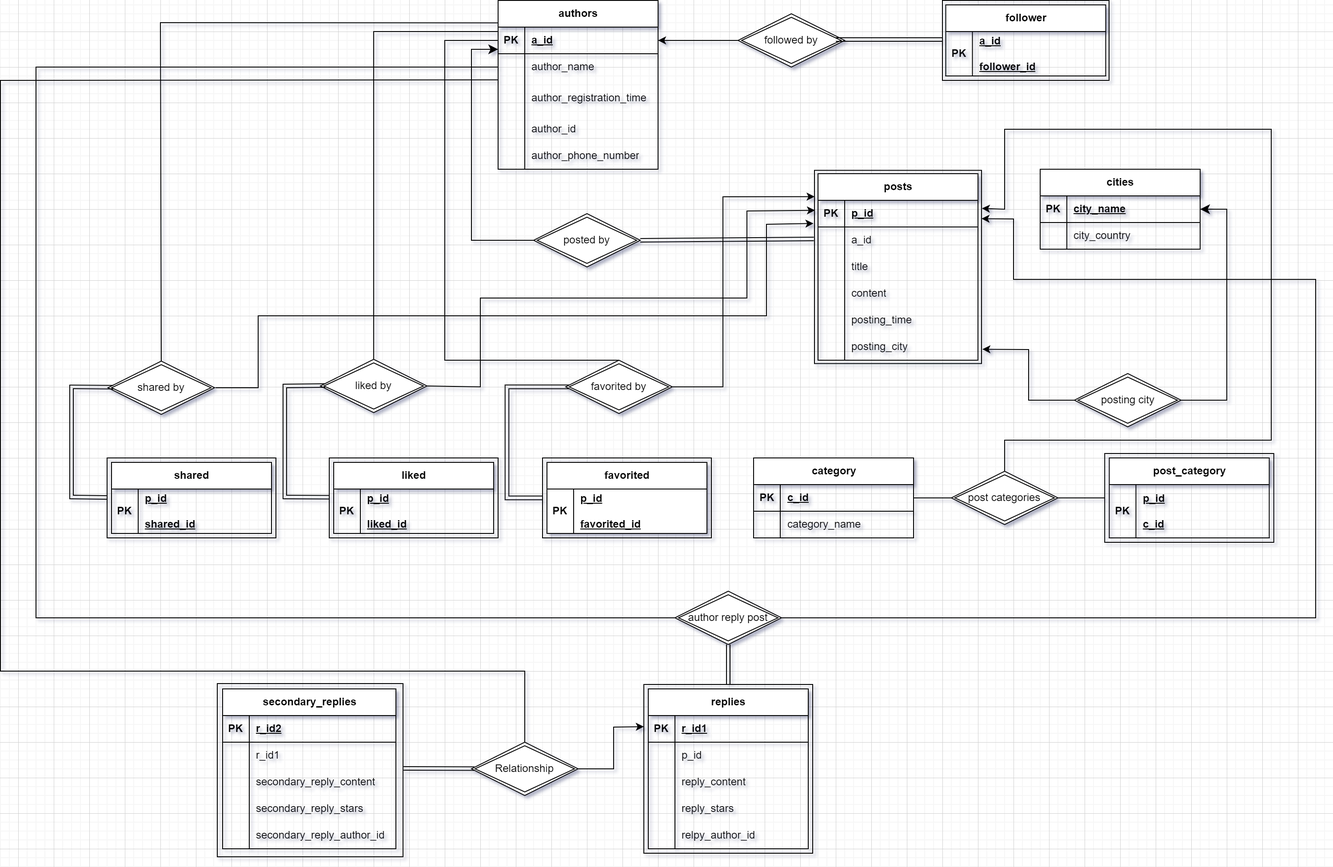
Above: Project1_Docs/Project1_Report/img/Project1_ER.drawio.png in OctCarp/SUSTech_CS307-DB_2023s_Projects (draw.io), before the change. Source tidied: cells renumbered, new cells last; positions are measured from the earlier drawing's top-left corner, leaving out a move shared by most shapes.
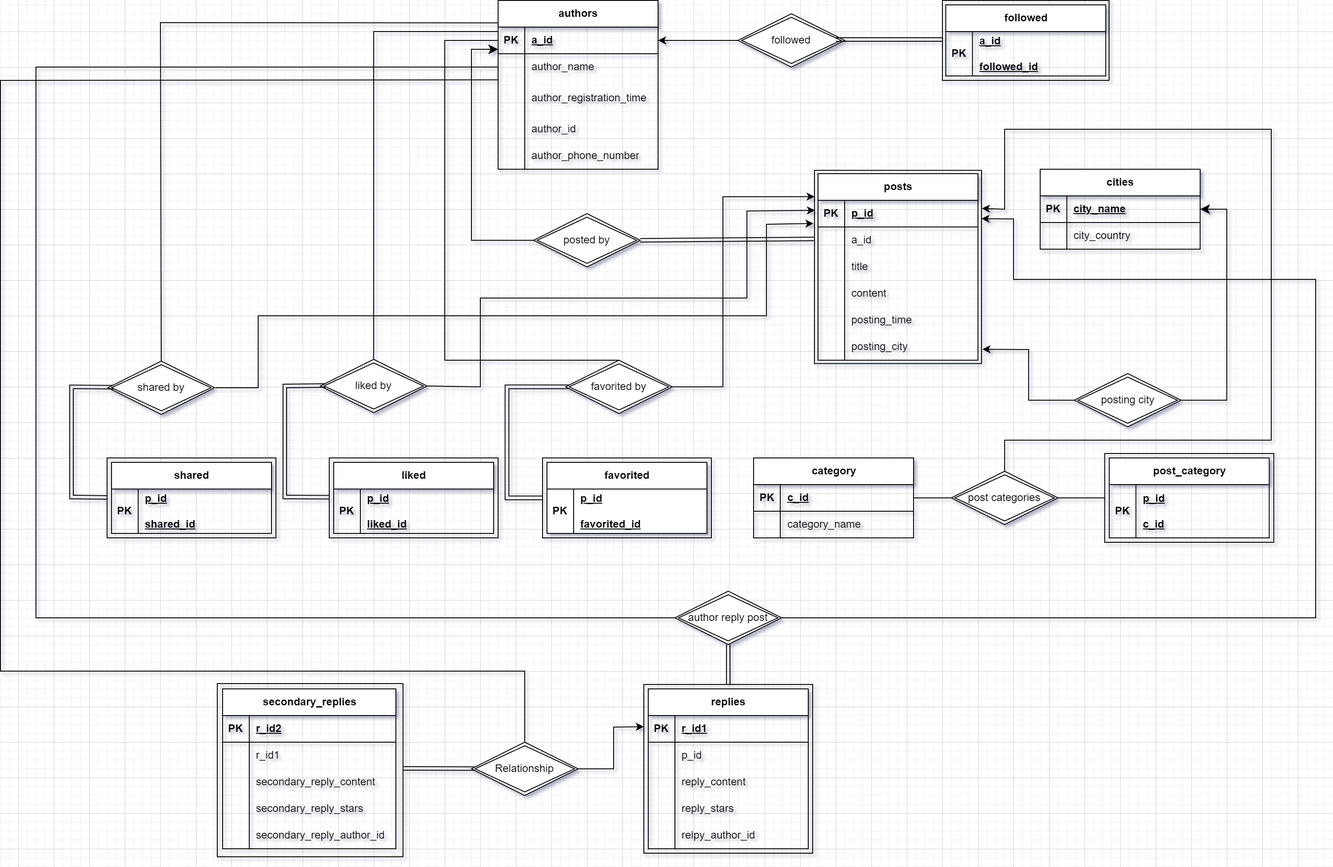
Above is the later version.

Diff of the diagram source:
```diff
@@ -164,7 +164,7 @@
     <mxCell id="55" value="p_id&lt;br&gt;&lt;br&gt;c_id" style="shape=partialRectangle;fillColor=none;top=0;left=0;bottom=0;right=0;align=left;spacingLeft=6;fontStyle=5;overflow=hidden;whiteSpace=wrap;html=1;" parent="53" vertex="1">
       <mxGeometry x="30" width="150" height="60" as="geometry" />
     </mxCell>
-    <mxCell id="56" value="follower" style="shape=table;startSize=30;rowLines=0;fontStyle=1;align=center;html=1;" parent="1" vertex="1">
+    <mxCell id="56" value="followed" style="shape=table;startSize=30;rowLines=0;fontStyle=1;align=center;html=1;" parent="1" vertex="1">
       <mxGeometry x="1063.8" y="5" width="180" height="80" as="geometry" />
     </mxCell>
     <mxCell id="57" style="shape=tableRow;horizontal=0;startSize=0;swimlaneHead=0;swimlaneBody=0;fillColor=none;top=0;left=0;right=0;bottom=1;" parent="56" vertex="1">
@@ -173,7 +173,7 @@
     <mxCell id="58" value="PK" style="shape=partialRectangle;fillColor=none;top=0;left=0;bottom=0;right=0;fontStyle=1;overflow=hidden;whiteSpace=wrap;html=1;" parent="57" vertex="1">
       <mxGeometry width="30" height="50" as="geometry" />
     </mxCell>
-    <mxCell id="59" value="a_id&lt;br&gt;&lt;br&gt;follower_id" style="shape=partialRectangle;fillColor=none;top=0;left=0;bottom=0;right=0;align=left;spacingLeft=6;fontStyle=5;overflow=hidden;whiteSpace=wrap;html=1;" parent="57" vertex="1">
+    <mxCell id="59" value="a_id&lt;br&gt;&lt;br&gt;followed_id" style="shape=partialRectangle;fillColor=none;top=0;left=0;bottom=0;right=0;align=left;spacingLeft=6;fontStyle=5;overflow=hidden;whiteSpace=wrap;html=1;" parent="57" vertex="1">
       <mxGeometry x="30" width="150" height="50" as="geometry" />
     </mxCell>
     <mxCell id="60" value="favorited" style="shape=table;startSize=30;rowLines=0;fontStyle=1;align=center;html=1;swimlaneFillColor=default;" parent="1" vertex="1">
@@ -308,7 +308,7 @@
     <mxCell id="103" value="secondary_reply_author_id" style="shape=partialRectangle;fillColor=none;top=0;left=0;bottom=0;right=0;align=left;spacingLeft=6;overflow=hidden;whiteSpace=wrap;html=1;" parent="101" vertex="1">
       <mxGeometry x="30" width="165" height="30" as="geometry" />
     </mxCell>
-    <mxCell id="104" value="followed by" style="shape=rhombus;double=1;perimeter=rhombusPerimeter;whiteSpace=wrap;html=1;align=center;" parent="1" vertex="1">
+    <mxCell id="104" value="followed" style="shape=rhombus;double=1;perimeter=rhombusPerimeter;whiteSpace=wrap;html=1;align=center;" parent="1" vertex="1">
       <mxGeometry x="830" y="15" width="120" height="60" as="geometry" />
     </mxCell>
     <mxCell id="105" style="shape=link;html=1;rounded=0;" parent="1" edge="1">
```
